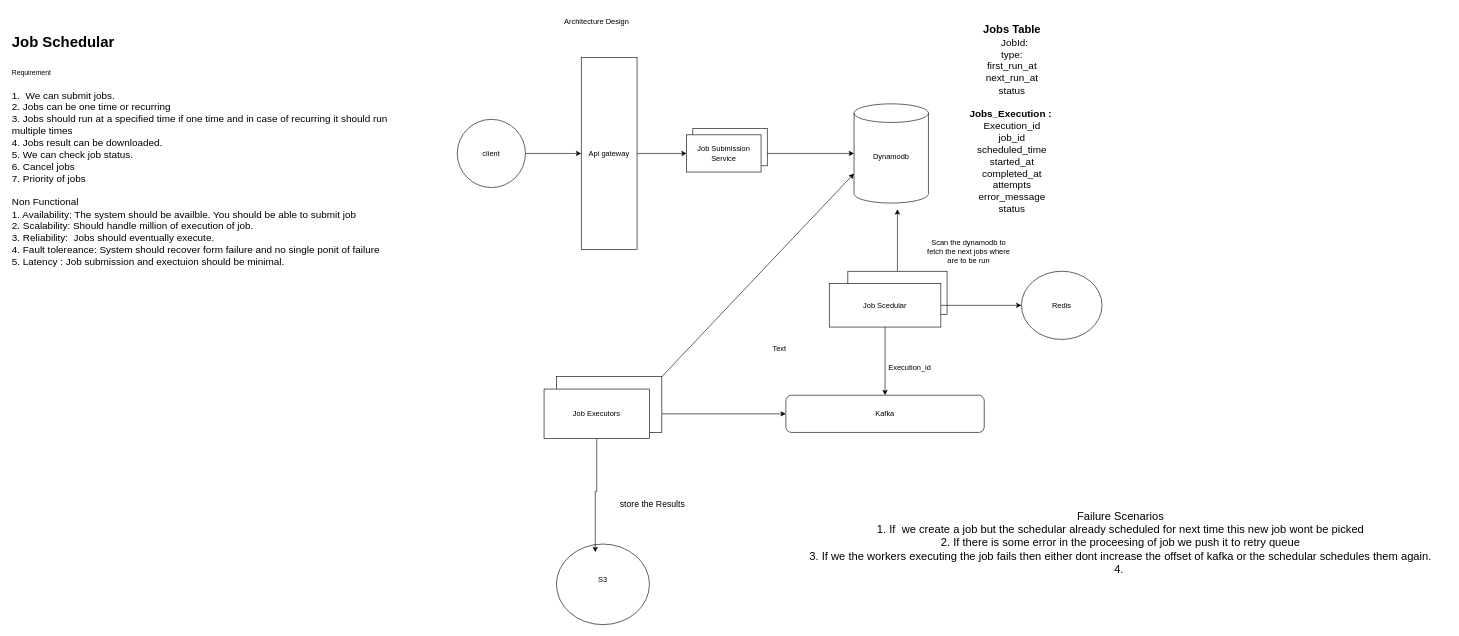
Earlier version of the draw.io diagram Untitled Diagram.drawio (Mrityunjoy24/hld). Source tidied: cells renumbered, new cells numbered last; positions are measured from the earlier drawing's top-left corner, leaving out a move shared by most shapes. Both pictures are drawn from the tidied source at 62%, with x=0, y=0 at pixel (11, 11).
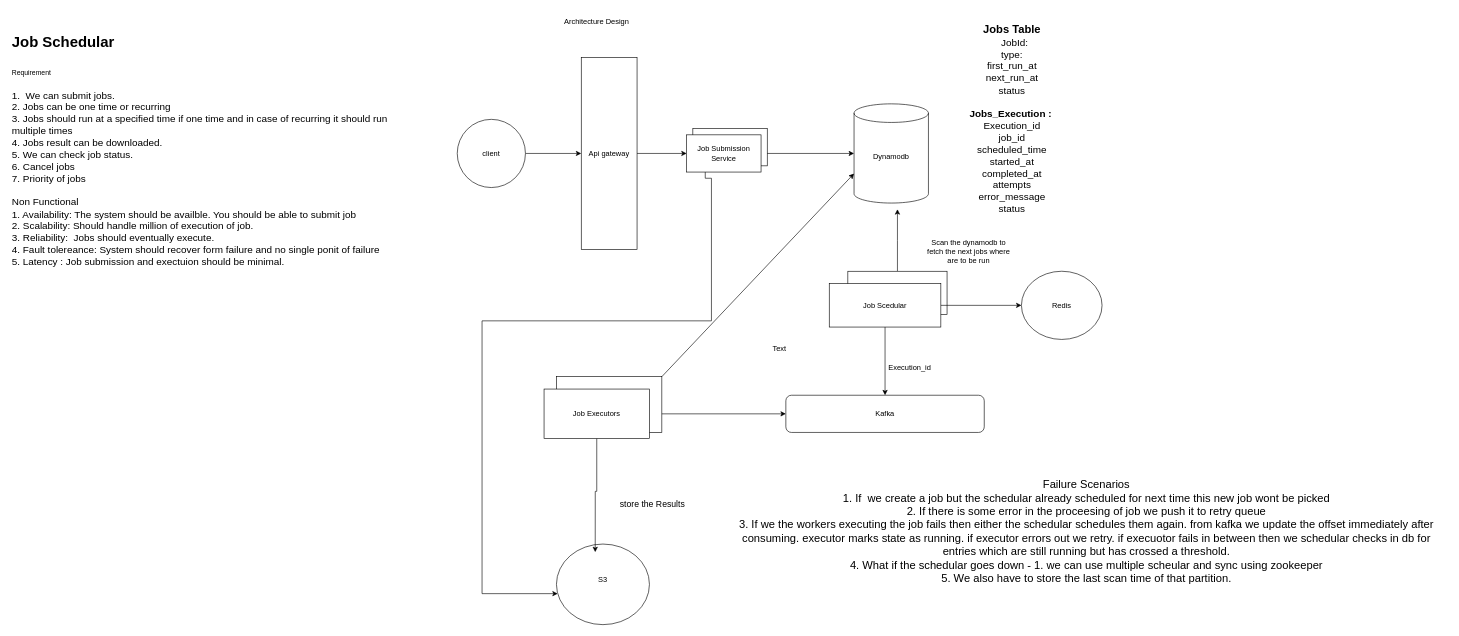
After the change.

Unchanged cells that the change refers to:
```xml
<mxCell id="12" value="Job Submission Service" style="rounded=0;whiteSpace=wrap;html=1;" parent="1" vertex="1">
  <mxGeometry x="1090" y="200" width="120" height="60" as="geometry" />
</mxCell>
<mxCell id="24" value="S3&lt;div&gt;&lt;br&gt;&lt;/div&gt;" style="ellipse;whiteSpace=wrap;html=1;" parent="1" vertex="1">
  <mxGeometry x="880" y="860" width="150" height="130" as="geometry" />
</mxCell>
```

What changed in the source:
```diff
@@
+    <mxCell id="31" style="edgeStyle=orthogonalEdgeStyle;rounded=0;jettySize=auto;html=1;exitX=0.25;exitY=1;exitDx=0;exitDy=0;" parent="1" edge="1" source="12" target="24">
+      <mxGeometry relative="1" as="geometry">
+        <Array as="points">
+          <mxPoint x="1120" y="270" />
+          <mxPoint x="1130" y="270" />
+          <mxPoint x="1130" y="500" />
+          <mxPoint x="760" y="500" />
+          <mxPoint x="760" y="940" />
+        </Array>
+      </mxGeometry>
+    </mxCell>
@@
-    <mxCell id="30" value="&lt;font style=&quot;font-size: 18px;&quot;&gt;Failure Scenarios&lt;br&gt;1. If&amp;nbsp; we create a job but the schedular already scheduled for next time this new job wont be picked&lt;/font&gt;&lt;div&gt;&lt;font style=&quot;font-size: 18px;&quot;&gt;2. If there is some error in the proceesing of job we push it to retry queue&lt;/font&gt;&lt;/div&gt;&lt;div&gt;&lt;font style=&quot;font-size: 18px;&quot;&gt;3. If we the workers executing the job fails then either dont increase the offset of kafka or the schedular schedules them again.&lt;br&gt;4.&amp;nbsp;&lt;/font&gt;&lt;/div&gt;&lt;div&gt;&lt;font style=&quot;font-size: 18px;&quot;&gt;&lt;br&gt;&lt;/font&gt;&lt;/div&gt;&lt;div&gt;&lt;font style=&quot;font-size: 18px;&quot;&gt;&lt;br&gt;&lt;/font&gt;&lt;/div&gt;" style="text;html=1;whiteSpace=wrap;strokeColor=none;fillColor=none;align=center;verticalAlign=middle;rounded=0;" parent="1" vertex="1">
-      <mxGeometry x="1260" y="810" width="1060" height="140" as="geometry" />
+    <mxCell id="30" value="&lt;font style=&quot;font-size: 18px;&quot;&gt;Failure Scenarios&lt;br&gt;1. If&amp;nbsp; we create a job but the schedular already scheduled for next time this new job wont be picked&lt;/font&gt;&lt;div&gt;&lt;font style=&quot;font-size: 18px;&quot;&gt;2. If there is some error in the proceesing of job we push it to retry queue&lt;/font&gt;&lt;/div&gt;&lt;div&gt;&lt;font style=&quot;font-size: 18px;&quot;&gt;3. If we the workers executing the job fails then either the schedular schedules them again. from kafka we update the offset immediately after consuming. executor marks state as running. if executor errors out we retry. if execuotor fails in between then we schedular checks in db for entries which are still running but has crossed a threshold.&lt;br&gt;4. What if the schedular goes down - 1. we can use multiple scheular and sync using zookeeper&lt;/font&gt;&lt;/div&gt;&lt;div&gt;&lt;font style=&quot;font-size: 18px;&quot;&gt;5. We also have to store the last scan time of that partition.&lt;/font&gt;&lt;/div&gt;" style="text;html=1;whiteSpace=wrap;strokeColor=none;fillColor=none;align=center;verticalAlign=middle;rounded=0;" parent="1" vertex="1">
+      <mxGeometry x="1150" y="730" width="1170" height="220" as="geometry" />
     </mxCell>
```
